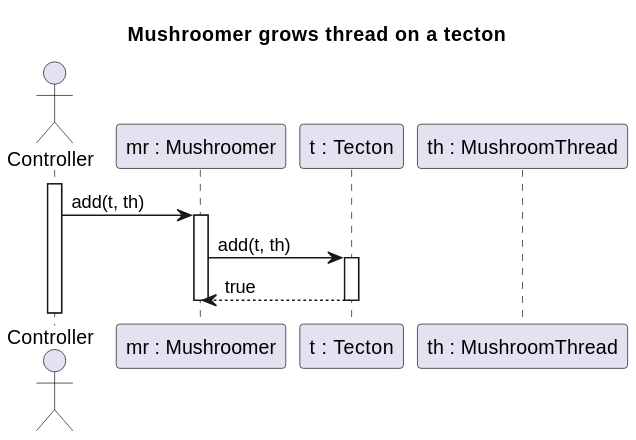
Petya-G/fungorium keeps this PlantUML diagram as out/5/sequences/growThread/growThread.svg. Above is the earlier version.
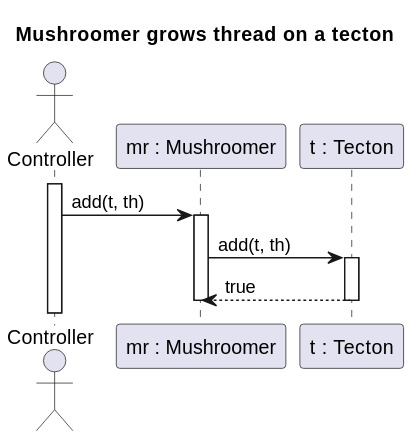
Later version of the same file.

Commit message:
growThread on single threaded sequence

What changed in the source:
```diff
@@ -4,7 +4,6 @@
 actor Controller
 participant "mr : Mushroomer" as MR
 participant "t : Tecton" as T
-participant "th : MushroomThread" as TH
 
 activate Controller
 Controller -> MR : add(t, th)
```
